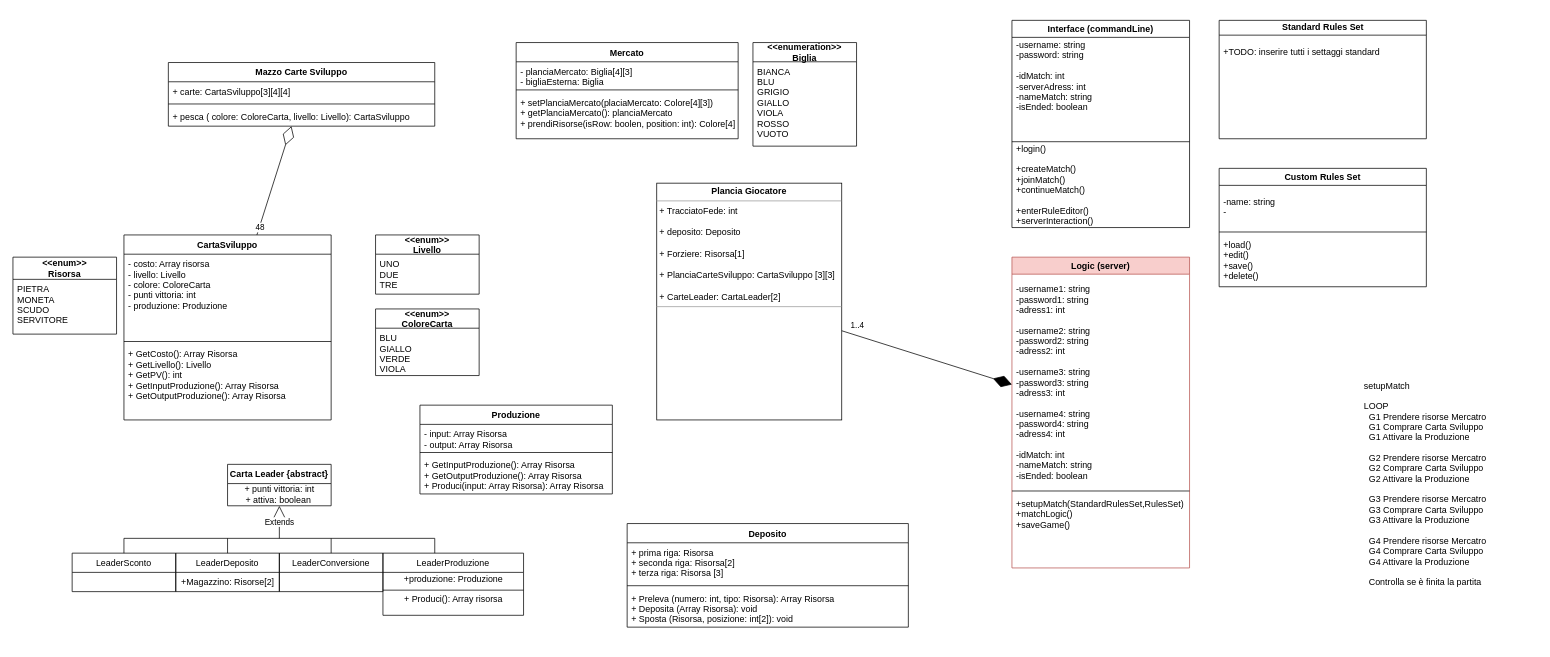
The draw.io diagram Untitled Diagram.drawio in DavideLancini/ing-sw-2021-Lancini-Gilli-Frigerio, before the edit. Source tidied: cells renumbered, new cells numbered last; positions are measured from the earlier drawing's top-left corner, leaving out a move shared by most shapes. Both pictures are drawn from the tidied source at 74%, with x=0, y=0 at pixel (13, 20).
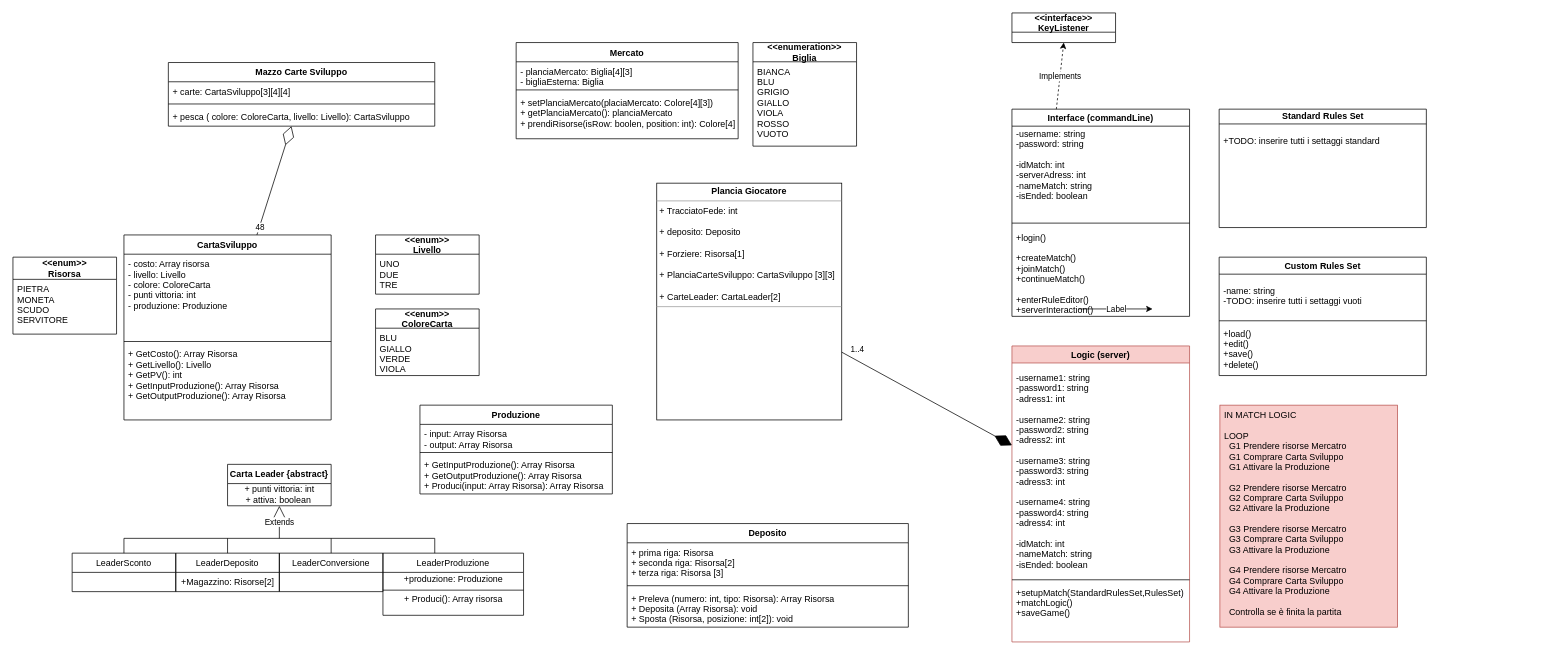
The same diagram, later.

The edit, as a diff of the source:
```diff
@@
     <mxCell id="13" value="Standard Rules Set" style="swimlane;html=1;startSize=20;horizontal=1;containerType=tree;newEdgeStyle={&quot;edgeStyle&quot;:&quot;elbowEdgeStyle&quot;,&quot;startArrow&quot;:&quot;none&quot;,&quot;endArrow&quot;:&quot;none&quot;};strokeColor=#000000;" parent="1" vertex="1">
-      <mxGeometry x="1630" width="280" height="160" as="geometry" />
+      <mxGeometry x="1630" y="120" width="280" height="160" as="geometry" />
     </mxCell>
@@
     <mxCell id="16" value="Custom Rules Set" style="swimlane;strokeColor=#000000;" parent="1" vertex="1">
-      <mxGeometry x="1630" y="200" width="280" height="160" as="geometry" />
+      <mxGeometry x="1630" y="320" width="280" height="160" as="geometry" />
     </mxCell>
-    <mxCell id="17" value="-name: string&#10;-" style="text;strokeColor=none;fillColor=none;align=left;verticalAlign=top;spacingLeft=4;spacingRight=4;overflow=hidden;" parent="16" vertex="1">
+    <mxCell id="17" value="-name: string&#10;-TODO: inserire tutti i settaggi vuoti" style="text;strokeColor=none;fillColor=none;align=left;verticalAlign=top;spacingLeft=4;spacingRight=4;overflow=hidden;" parent="16" vertex="1">
       <mxGeometry y="32" width="280" height="48" as="geometry" />
     </mxCell>
@@
     <mxCell id="32" value="Interface (commandLine)" style="swimlane;strokeColor=#000000;" parent="1" vertex="1">
-      <mxGeometry x="1350" width="240" height="280" as="geometry" />
+      <mxGeometry x="1350" y="120" width="240" height="280" as="geometry" />
     </mxCell>
@@
     <mxCell id="35" style="line;html=1;strokeWidth=1;align=left;verticalAlign=middle;spacingTop=-1;spacingLeft=3;spacingRight=3;labelPosition=right;" parent="32" vertex="1">
-      <mxGeometry y="160" width="240" height="8" as="geometry" />
+      <mxGeometry y="150" width="240" height="8" as="geometry" />
     </mxCell>
@@
     <mxCell id="37" value="Logic (server)" style="swimlane;strokeColor=#b85450;fillColor=#f8cecc;startSize=23;" parent="1" vertex="1">
-      <mxGeometry x="1350" y="320" width="240" height="420" as="geometry" />
+      <mxGeometry x="1350" y="440" width="240" height="400" as="geometry" />
     </mxCell>
@@
     <mxCell id="40" value="+setupMatch(StandardRulesSet,RulesSet)&#10;+matchLogic()&#10;+saveGame()&#10;" style="text;strokeColor=none;align=left;verticalAlign=top;spacingLeft=4;spacingRight=4;overflow=hidden;" parent="37" vertex="1">
-      <mxGeometry y="320" width="240" height="100" as="geometry" />
+      <mxGeometry y="320" width="240" height="80" as="geometry" />
     </mxCell>
@@
-    <mxCell id="57" value="setupMatch&#10;&#10;LOOP&#10;  G1 Prendere risorse Mercatro&#10;  G1 Comprare Carta Sviluppo&#10;  G1 Attivare la Produzione&#10;&#10;  G2 Prendere risorse Mercatro&#10;  G2 Comprare Carta Sviluppo&#10;  G2 Attivare la Produzione&#10;&#10;  G3 Prendere risorse Mercatro&#10;  G3 Comprare Carta Sviluppo&#10;  G3 Attivare la Produzione&#10;&#10;  G4 Prendere risorse Mercatro&#10;  G4 Comprare Carta Sviluppo&#10;  G4 Attivare la Produzione&#10;  &#10;  Controlla se è finita la partita&#10;" style="text;strokeColor=none;fillColor=none;align=left;verticalAlign=top;spacingLeft=4;spacingRight=4;overflow=hidden;" parent="1" vertex="1">
-      <mxGeometry x="1820" y="480" width="240" height="300" as="geometry" />
+    <mxCell id="57" value="IN MATCH LOGIC&#10;&#10;LOOP&#10;  G1 Prendere risorse Mercatro&#10;  G1 Comprare Carta Sviluppo&#10;  G1 Attivare la Produzione&#10;&#10;  G2 Prendere risorse Mercatro&#10;  G2 Comprare Carta Sviluppo&#10;  G2 Attivare la Produzione&#10;&#10;  G3 Prendere risorse Mercatro&#10;  G3 Comprare Carta Sviluppo&#10;  G3 Attivare la Produzione&#10;&#10;  G4 Prendere risorse Mercatro&#10;  G4 Comprare Carta Sviluppo&#10;  G4 Attivare la Produzione&#10;  &#10;  Controlla se è finita la partita&#10;" style="text;strokeColor=#b85450;fillColor=#f8cecc;align=left;verticalAlign=top;spacingLeft=4;spacingRight=4;overflow=hidden;" parent="1" vertex="1">
+      <mxGeometry x="1631" y="520" width="240" height="300" as="geometry" />
     </mxCell>
@@
+    <mxCell id="66" value="&lt;&lt;interface&gt;&gt;&#10;KeyListener" style="swimlane;fontStyle=1;horizontal=1;startSize=26;fillColor=none;" parent="1" vertex="1">
+      <mxGeometry x="1350" y="-10" width="140" height="40" as="geometry" />
+    </mxCell>
@@
+    <mxCell id="67" style="endArrow=classic;html=1;" parent="1" edge="1">
+      <mxGeometry relative="1" as="geometry">
+        <mxPoint x="1440" y="390" as="sourcePoint" />
+        <mxPoint x="1540" y="390" as="targetPoint" />
+      </mxGeometry>
+    </mxCell>
+    <mxCell id="68" value="Label" style="edgeLabel;html=1;align=center;verticalAlign=middle;" parent="67" vertex="1">
+      <mxGeometry relative="1" as="geometry" />
+    </mxCell>
+    <mxCell id="69" style="endArrow=classic;html=1;entryX=0.5;entryY=1;entryDx=0;entryDy=0;exitX=0.25;exitY=0;exitDx=0;exitDy=0;dashed=1;" parent="1" edge="1" source="32" target="66">
+      <mxGeometry relative="1" as="geometry" />
+    </mxCell>
+    <mxCell id="70" value="Implements" style="edgeLabel;html=1;align=center;verticalAlign=middle;" parent="69" vertex="1">
+      <mxGeometry relative="1" as="geometry" />
+    </mxCell>
```
